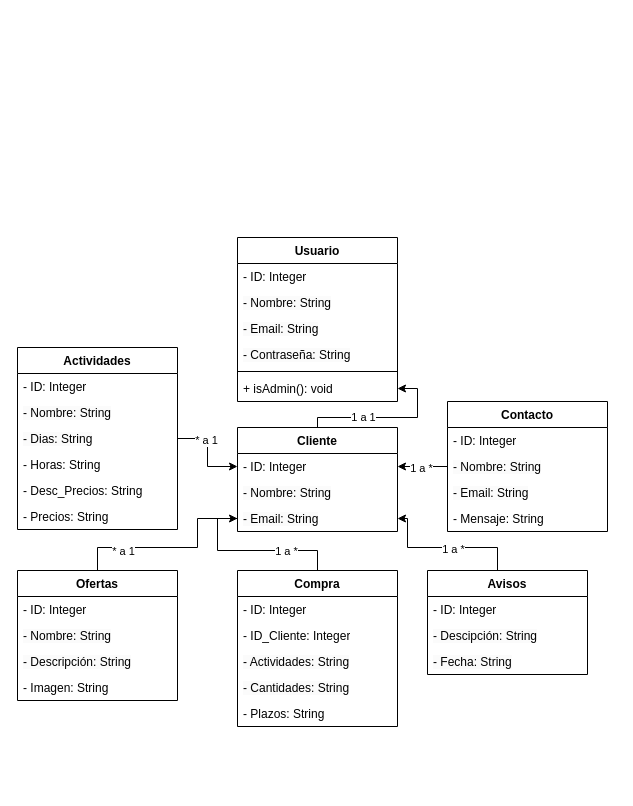
Earlier version of the draw.io diagram varios/Diagrama_Clases.drawio (HuBaMarin/projDespliegue). Source tidied: cells renumbered, new cells numbered last; positions are measured from the earlier drawing's top-left corner, leaving out a move shared by most shapes. Both pictures are drawn from the tidied source at 100%, with x=0, y=0 at pixel (17, 237).
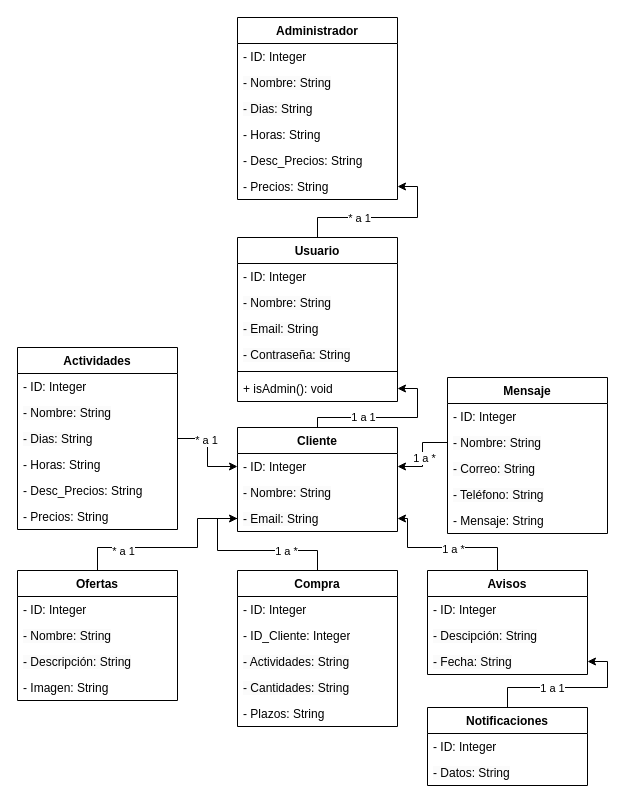
The same page after the edit.

The change refers to these unchanged cells:
```xml
<mxCell id="2" value="Usuario" style="swimlane;fontStyle=1;align=center;verticalAlign=top;horizontal=1;startSize=26;whiteSpace=wrap;html=1;" parent="1" vertex="1">
  <mxGeometry x="220" width="160" height="164" as="geometry" />
</mxCell>
<mxCell id="49" value="&lt;span style=&quot;color: rgb(0, 0, 0); font-family: Helvetica; font-size: 12px; font-style: normal; font-variant-ligatures: normal; font-variant-caps: normal; font-weight: 400; letter-spacing: normal; orphans: 2; text-align: left; text-indent: 0px; text-transform: none; widows: 2; word-spacing: 0px; -webkit-text-stroke-width: 0px; white-space: normal; background-color: rgb(251, 251, 251); text-decoration-thickness: initial; text-decoration-style: initial; text-decoration-color: initial; display: inline !important; float: none;&quot;&gt;- Fecha: String&lt;/span&gt;" style="text;strokeColor=none;fillColor=none;align=left;verticalAlign=top;spacingLeft=4;spacingRight=4;overflow=hidden;points=[[0,0.5],[1,0.5]];portConstraint=eastwest;whiteSpace=wrap;html=1;" parent="46" vertex="1">
  <mxGeometry y="78" width="160" height="26" as="geometry" />
</mxCell>
```

Diff of the diagram source:
```diff
@@
+    <mxCell id="52" style="edgeStyle=orthogonalEdgeStyle;rounded=0;jettySize=auto;html=1;exitX=0.5;exitY=0;exitDx=0;exitDy=0;entryX=1;entryY=0.5;entryDx=0;entryDy=0;" parent="1" edge="1" source="2" target="61">
+      <mxGeometry relative="1" as="geometry" />
+    </mxCell>
+    <mxCell id="53" value="* a 1" style="edgeLabel;html=1;align=center;verticalAlign=middle;" parent="52" vertex="1">
+      <mxGeometry x="-0.29" relative="1" as="geometry" />
+    </mxCell>
@@
-    <mxCell id="15" value="Contacto" style="swimlane;fontStyle=1;align=center;verticalAlign=top;horizontal=1;startSize=26;whiteSpace=wrap;html=1;" parent="1" vertex="1">
-      <mxGeometry x="430" y="164" width="160" height="130" as="geometry" />
+    <mxCell id="15" value="Mensaje" style="swimlane;fontStyle=1;align=center;verticalAlign=top;horizontal=1;startSize=26;whiteSpace=wrap;html=1;" parent="1" vertex="1">
+      <mxGeometry x="430" y="140" width="160" height="156" as="geometry" />
     </mxCell>
@@
-    <mxCell id="18" value="&lt;span style=&quot;color: rgb(0, 0, 0); font-family: Helvetica; font-size: 12px; font-style: normal; font-variant-ligatures: normal; font-variant-caps: normal; font-weight: 400; letter-spacing: normal; orphans: 2; text-align: left; text-indent: 0px; text-transform: none; widows: 2; word-spacing: 0px; -webkit-text-stroke-width: 0px; white-space: normal; background-color: rgb(251, 251, 251); text-decoration-thickness: initial; text-decoration-style: initial; text-decoration-color: initial; display: inline !important; float: none;&quot;&gt;- Email: String&lt;/span&gt;" style="text;strokeColor=none;fillColor=none;align=left;verticalAlign=top;spacingLeft=4;spacingRight=4;overflow=hidden;whiteSpace=wrap;html=1;" parent="15" vertex="1">
+    <mxCell id="18" value="&lt;span style=&quot;color: rgb(0, 0, 0); font-family: Helvetica; font-size: 12px; font-style: normal; font-variant-ligatures: normal; font-variant-caps: normal; font-weight: 400; letter-spacing: normal; orphans: 2; text-align: left; text-indent: 0px; text-transform: none; widows: 2; word-spacing: 0px; -webkit-text-stroke-width: 0px; white-space: normal; background-color: rgb(251, 251, 251); text-decoration-thickness: initial; text-decoration-style: initial; text-decoration-color: initial; display: inline !important; float: none;&quot;&gt;- Correo: String&lt;/span&gt;" style="text;strokeColor=none;fillColor=none;align=left;verticalAlign=top;spacingLeft=4;spacingRight=4;overflow=hidden;whiteSpace=wrap;html=1;" parent="15" vertex="1">
       <mxGeometry y="78" width="160" height="26" as="geometry" />
     </mxCell>
+    <mxCell id="54" value="&lt;span style=&quot;color: rgb(0, 0, 0); font-family: Helvetica; font-size: 12px; font-style: normal; font-variant-ligatures: normal; font-variant-caps: normal; font-weight: 400; letter-spacing: normal; orphans: 2; text-align: left; text-indent: 0px; text-transform: none; widows: 2; word-spacing: 0px; -webkit-text-stroke-width: 0px; white-space: normal; background-color: rgb(251, 251, 251); text-decoration-thickness: initial; text-decoration-style: initial; text-decoration-color: initial; display: inline !important; float: none;&quot;&gt;- Teléfono: String&lt;/span&gt;" style="text;strokeColor=none;fillColor=none;align=left;verticalAlign=top;spacingLeft=4;spacingRight=4;overflow=hidden;whiteSpace=wrap;html=1;" parent="15" vertex="1">
+      <mxGeometry y="104" width="160" height="26" as="geometry" />
+    </mxCell>
     <mxCell id="19" value="- Mensaje: String" style="text;strokeColor=none;fillColor=none;align=left;verticalAlign=top;spacingLeft=4;spacingRight=4;overflow=hidden;whiteSpace=wrap;html=1;" parent="15" vertex="1">
-      <mxGeometry y="104" width="160" height="26" as="geometry" />
+      <mxGeometry y="130" width="160" height="26" as="geometry" />
     </mxCell>
@@
+    <mxCell id="55" value="Administrador" style="swimlane;fontStyle=1;align=center;verticalAlign=top;horizontal=1;startSize=26;whiteSpace=wrap;html=1;" parent="1" vertex="1">
+      <mxGeometry x="220" y="-220" width="160" height="182" as="geometry" />
+    </mxCell>
+    <mxCell id="56" value="- ID: Integer" style="text;strokeColor=none;fillColor=none;align=left;verticalAlign=top;spacingLeft=4;spacingRight=4;overflow=hidden;whiteSpace=wrap;html=1;" parent="55" vertex="1">
+      <mxGeometry y="26" width="160" height="26" as="geometry" />
+    </mxCell>
+    <mxCell id="57" value="&lt;span style=&quot;color: rgb(0, 0, 0); font-family: Helvetica; font-size: 12px; font-style: normal; font-variant-ligatures: normal; font-variant-caps: normal; font-weight: 400; letter-spacing: normal; orphans: 2; text-align: left; text-indent: 0px; text-transform: none; widows: 2; word-spacing: 0px; -webkit-text-stroke-width: 0px; white-space: normal; background-color: rgb(251, 251, 251); text-decoration-thickness: initial; text-decoration-style: initial; text-decoration-color: initial; display: inline !important; float: none;&quot;&gt;- Nombre: String&lt;/span&gt;" style="text;strokeColor=none;fillColor=none;align=left;verticalAlign=top;spacingLeft=4;spacingRight=4;overflow=hidden;whiteSpace=wrap;html=1;" parent="55" vertex="1">
+      <mxGeometry y="52" width="160" height="26" as="geometry" />
+    </mxCell>
+    <mxCell id="58" value="&lt;span style=&quot;color: rgb(0, 0, 0); font-family: Helvetica; font-size: 12px; font-style: normal; font-variant-ligatures: normal; font-variant-caps: normal; font-weight: 400; letter-spacing: normal; orphans: 2; text-align: left; text-indent: 0px; text-transform: none; widows: 2; word-spacing: 0px; -webkit-text-stroke-width: 0px; white-space: normal; background-color: rgb(251, 251, 251); text-decoration-thickness: initial; text-decoration-style: initial; text-decoration-color: initial; display: inline !important; float: none;&quot;&gt;- Dias: String&lt;/span&gt;" style="text;strokeColor=none;fillColor=none;align=left;verticalAlign=top;spacingLeft=4;spacingRight=4;overflow=hidden;whiteSpace=wrap;html=1;" parent="55" vertex="1">
+      <mxGeometry y="78" width="160" height="26" as="geometry" />
+    </mxCell>
+    <mxCell id="59" value="- Horas: String" style="text;strokeColor=none;fillColor=none;align=left;verticalAlign=top;spacingLeft=4;spacingRight=4;overflow=hidden;whiteSpace=wrap;html=1;" parent="55" vertex="1">
+      <mxGeometry y="104" width="160" height="26" as="geometry" />
+    </mxCell>
+    <mxCell id="60" value="- Desc_Precios: String" style="text;strokeColor=none;fillColor=none;align=left;verticalAlign=top;spacingLeft=4;spacingRight=4;overflow=hidden;whiteSpace=wrap;html=1;" parent="55" vertex="1">
+      <mxGeometry y="130" width="160" height="26" as="geometry" />
+    </mxCell>
+    <mxCell id="61" value="- Precios: String" style="text;strokeColor=none;fillColor=none;align=left;verticalAlign=top;spacingLeft=4;spacingRight=4;overflow=hidden;points=[[0,0.5],[1,0.5]];portConstraint=eastwest;whiteSpace=wrap;html=1;" parent="55" vertex="1">
+      <mxGeometry y="156" width="160" height="26" as="geometry" />
+    </mxCell>
+    <mxCell id="62" style="edgeStyle=orthogonalEdgeStyle;rounded=0;jettySize=auto;html=1;exitX=0.5;exitY=0;exitDx=0;exitDy=0;entryX=1;entryY=0.5;entryDx=0;entryDy=0;" parent="1" edge="1" source="64" target="49">
+      <mxGeometry relative="1" as="geometry" />
+    </mxCell>
+    <mxCell id="63" value="1 a 1" style="edgeLabel;html=1;align=center;verticalAlign=middle;" parent="62" vertex="1">
+      <mxGeometry x="-0.23" relative="1" as="geometry" />
+    </mxCell>
+    <mxCell id="64" value="Notificaciones" style="swimlane;fontStyle=1;align=center;verticalAlign=top;horizontal=1;startSize=26;whiteSpace=wrap;html=1;" parent="1" vertex="1">
+      <mxGeometry x="410" y="470" width="160" height="78" as="geometry" />
+    </mxCell>
+    <mxCell id="65" value="- ID: Integer" style="text;strokeColor=none;fillColor=none;align=left;verticalAlign=top;spacingLeft=4;spacingRight=4;overflow=hidden;whiteSpace=wrap;html=1;" parent="64" vertex="1">
+      <mxGeometry y="26" width="160" height="26" as="geometry" />
+    </mxCell>
+    <mxCell id="66" value="&lt;span style=&quot;color: rgb(0, 0, 0); font-family: Helvetica; font-size: 12px; font-style: normal; font-variant-ligatures: normal; font-variant-caps: normal; font-weight: 400; letter-spacing: normal; orphans: 2; text-align: left; text-indent: 0px; text-transform: none; widows: 2; word-spacing: 0px; -webkit-text-stroke-width: 0px; white-space: normal; background-color: rgb(251, 251, 251); text-decoration-thickness: initial; text-decoration-style: initial; text-decoration-color: initial; display: inline !important; float: none;&quot;&gt;- Datos: String&lt;/span&gt;" style="text;strokeColor=none;fillColor=none;align=left;verticalAlign=top;spacingLeft=4;spacingRight=4;overflow=hidden;whiteSpace=wrap;html=1;" parent="64" vertex="1">
+      <mxGeometry y="52" width="160" height="26" as="geometry" />
+    </mxCell>
```
